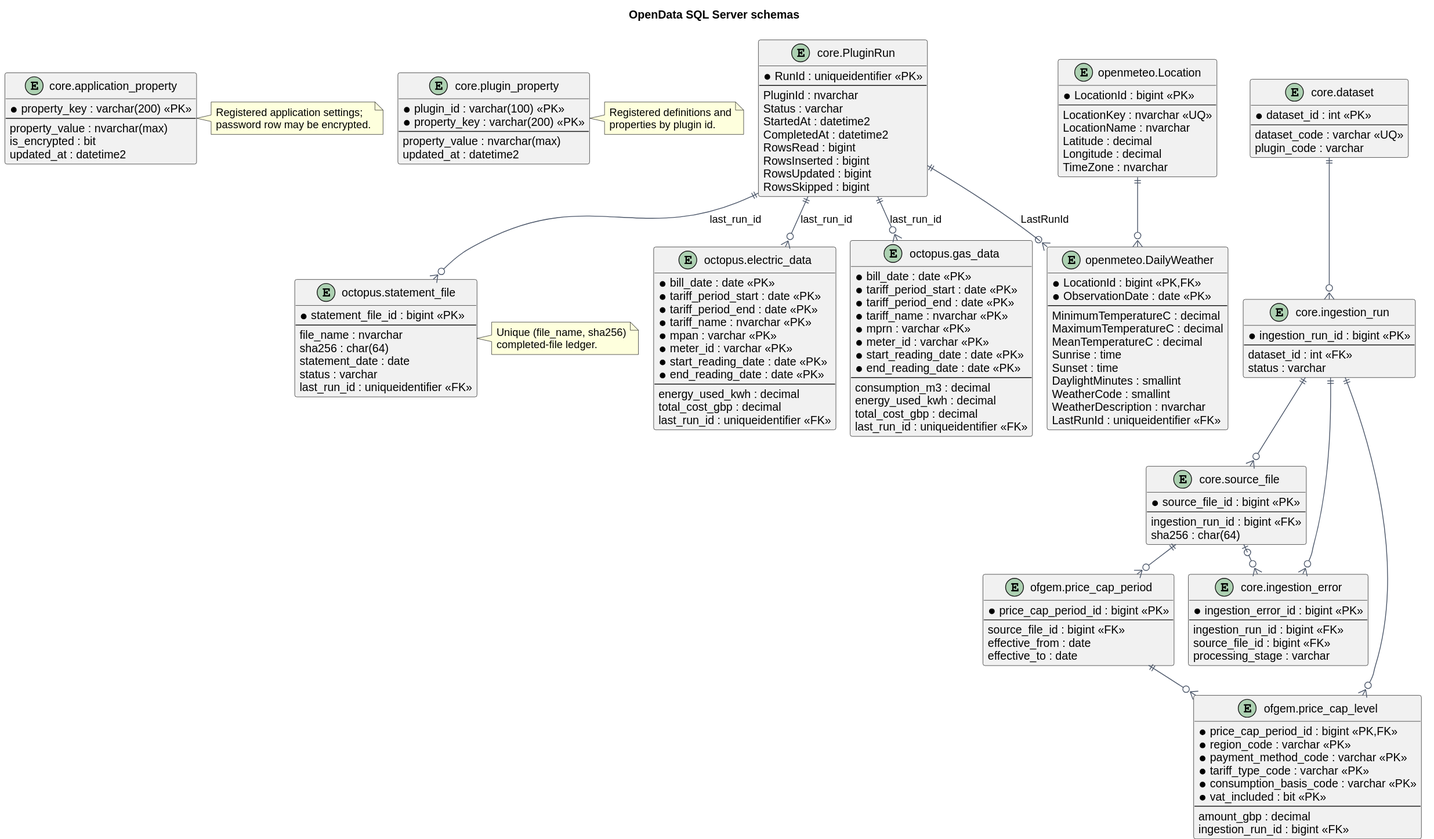
TerryCurranZellis/OpenData keeps this PlantUML diagram as docs/diagrams/generated/opendata-database.svg. Above is the earlier version. Its source is kept beside it as docs/diagrams/source/opendata-database.puml.
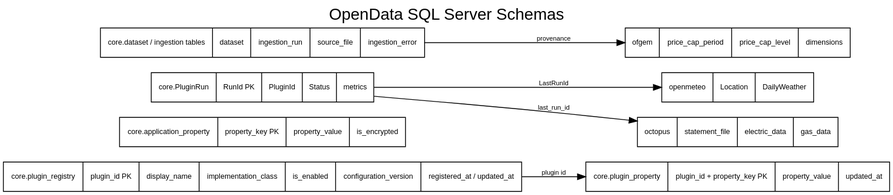
Above is the later version.

The edit, as a diff of the source:
```diff
@@ -13,6 +13,17 @@
   --
   property_value : nvarchar(max)
   is_encrypted : bit
+  updated_at : datetime2
+}
+
+entity "core.plugin_registry" as PluginRegistry {
+  * plugin_id : varchar(100) <<PK>>
+  --
+  display_name : nvarchar(200)
+  implementation_class : nvarchar(500)
+  is_enabled : bit
+  configuration_version : int
+  registered_at : datetime2
   updated_at : datetime2
 }
 
@@ -152,6 +163,7 @@
   last_run_id : uniqueidentifier <<FK>>
 }
 
+PluginRegistry ||--o{ PluginProperty
 Location ||--o{ Weather
 PluginRun ||--o{ Weather : LastRunId
 Dataset ||--o{ IngestionRun
@@ -168,9 +180,13 @@
 Registered application settings;
 password row may be encrypted.
 end note
+note right of PluginRegistry
+Authoritative registered metadata
+and enabled/disabled status.
+end note
 note right of PluginProperty
-Registered definitions and
-properties by plugin id.
+Complete registered definitions
+and properties by plugin id.
 end note
 note right of StatementFile
 Unique (file_name, sha256)
```
